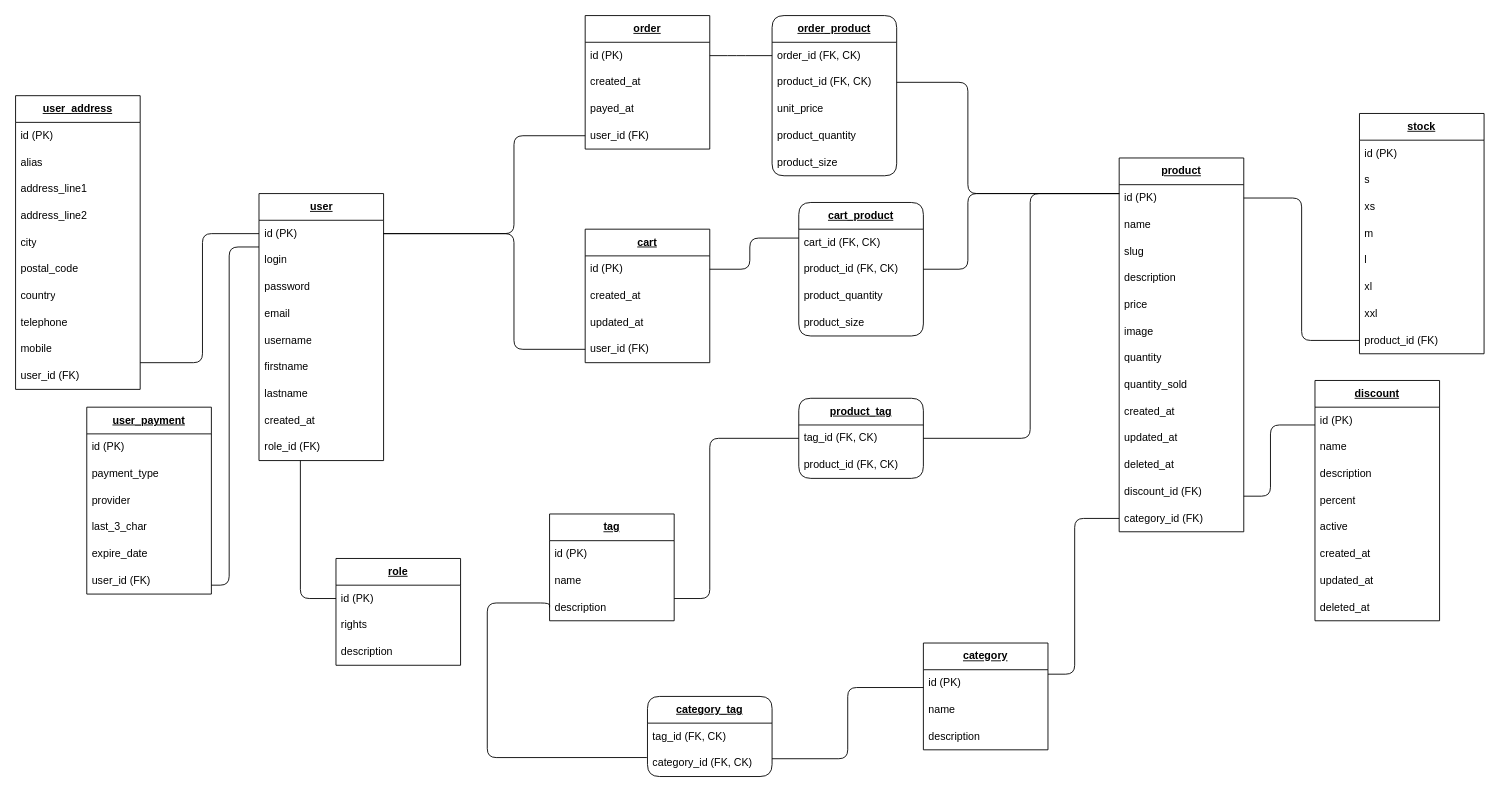
Before: resources/mld.drawio in felix-hauger/boutique-en-ligne, a draw.io diagram. Source tidied: cells renumbered, new cells numbered last; positions are measured from the earlier drawing's top-left corner, leaving out a move shared by most shapes. Both pictures are drawn from the tidied source at 89%, with x=0, y=0 at pixel (15, 15).
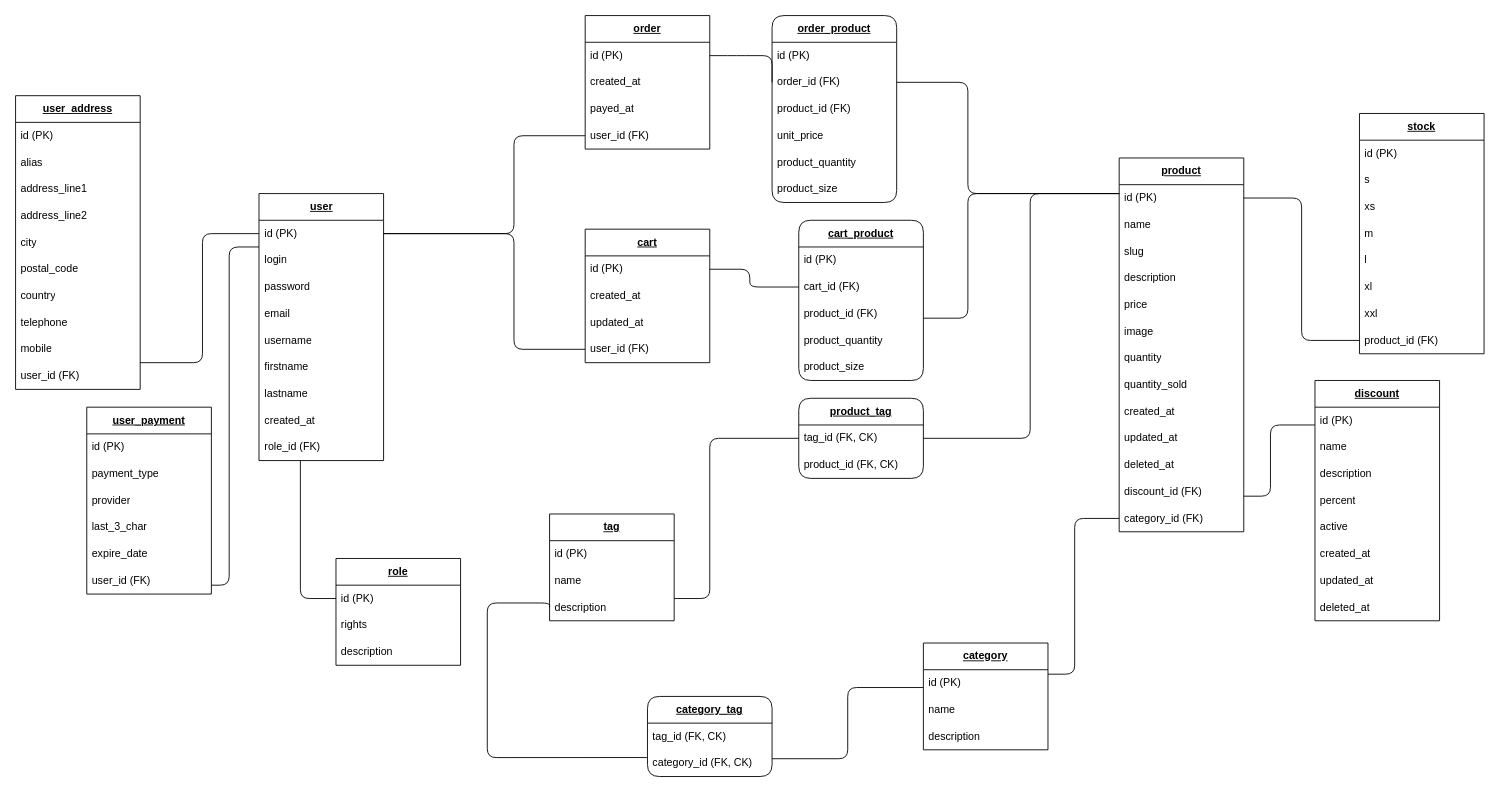
After the change.

Commit message (it also covers changes not shown here):
Replace compound keys by primary keys in cart_product & order_product for mcd & mpd

Unchanged cells that the change refers to:
```xml
<mxCell id="21" value="id (PK)" style="text;strokeColor=none;fillColor=none;align=left;verticalAlign=middle;spacingLeft=4;spacingRight=4;overflow=hidden;points=[[0,0.5],[1,0.5]];portConstraint=eastwest;whiteSpace=wrap;html=1;" parent="20" vertex="1">
  <mxGeometry y="30" width="140" height="30" as="geometry" />
</mxCell>
<mxCell id="67" value="id (PK)" style="text;strokeColor=none;fillColor=none;align=left;verticalAlign=middle;spacingLeft=4;spacingRight=4;overflow=hidden;points=[[0,0.5],[1,0.5]];portConstraint=eastwest;whiteSpace=wrap;html=1;" parent="66" vertex="1">
  <mxGeometry y="30" width="140" height="30" as="geometry" />
</mxCell>
```

Change to the diagram source:
```diff
@@
     <mxCell id="19" style="edgeStyle=orthogonalEdgeStyle;rounded=1;html=1;strokeColor=default;fontSize=12;startArrow=none;endArrow=none;endFill=0;" parent="1" edge="1" source="100" target="67">
       <mxGeometry relative="1" as="geometry">
         <Array as="points">
-          <mxPoint x="1070" y="285" />
+          <mxPoint x="1070" y="340" />
           <mxPoint x="1070" y="200" />
         </Array>
       </mxGeometry>
     </mxCell>
@@
     <mxCell id="91" value="&lt;b&gt;&lt;u&gt;order_product&lt;/u&gt;&lt;/b&gt;" style="swimlane;fontStyle=0;horizontal=1;startSize=30;whiteSpace=wrap;html=1;rounded=1;" parent="1" vertex="1">
-      <mxGeometry x="850" width="140" height="180" as="geometry" />
+      <mxGeometry x="850" width="140" height="210" as="geometry" />
     </mxCell>
+    <mxCell id="121" value="id (PK)" style="text;strokeColor=none;fillColor=none;align=left;verticalAlign=middle;spacingLeft=4;spacingRight=4;overflow=hidden;whiteSpace=wrap;html=1;" parent="91" vertex="1">
+      <mxGeometry y="30" width="140" height="30" as="geometry" />
+    </mxCell>
-    <mxCell id="92" value="order_id (FK, CK)" style="text;strokeColor=none;fillColor=none;align=left;verticalAlign=middle;spacingLeft=4;spacingRight=4;overflow=hidden;points=[[0,0.5],[1,0.5]];portConstraint=eastwest;whiteSpace=wrap;html=1;" parent="91" vertex="1">
-      <mxGeometry y="30" width="140" height="30" as="geometry" />
+    <mxCell id="92" value="order_id (FK)" style="text;strokeColor=none;fillColor=none;align=left;verticalAlign=middle;spacingLeft=4;spacingRight=4;overflow=hidden;points=[[0,0.5],[1,0.5]];portConstraint=eastwest;whiteSpace=wrap;html=1;" parent="91" vertex="1">
+      <mxGeometry y="60" width="140" height="30" as="geometry" />
     </mxCell>
-    <mxCell id="93" value="product_id (FK, CK)" style="text;strokeColor=none;fillColor=none;align=left;verticalAlign=middle;spacingLeft=4;spacingRight=4;overflow=hidden;whiteSpace=wrap;html=1;" parent="91" vertex="1">
-      <mxGeometry y="60" width="140" height="30" as="geometry" />
+    <mxCell id="93" value="product_id (FK)" style="text;strokeColor=none;fillColor=none;align=left;verticalAlign=middle;spacingLeft=4;spacingRight=4;overflow=hidden;whiteSpace=wrap;html=1;" parent="91" vertex="1">
+      <mxGeometry y="90" width="140" height="30" as="geometry" />
     </mxCell>
     <mxCell id="94" value="unit_price" style="text;strokeColor=none;fillColor=none;align=left;verticalAlign=middle;spacingLeft=4;spacingRight=4;overflow=hidden;whiteSpace=wrap;html=1;" parent="91" vertex="1">
-      <mxGeometry y="90" width="140" height="30" as="geometry" />
+      <mxGeometry y="120" width="140" height="30" as="geometry" />
     </mxCell>
     <mxCell id="95" value="product_quantity" style="text;strokeColor=none;fillColor=none;align=left;verticalAlign=middle;spacingLeft=4;spacingRight=4;overflow=hidden;whiteSpace=wrap;html=1;" parent="91" vertex="1">
-      <mxGeometry y="120" width="140" height="30" as="geometry" />
+      <mxGeometry y="150" width="140" height="30" as="geometry" />
     </mxCell>
     <mxCell id="96" value="product_size" style="text;strokeColor=none;fillColor=none;align=left;verticalAlign=middle;spacingLeft=4;spacingRight=4;overflow=hidden;whiteSpace=wrap;html=1;" parent="91" vertex="1">
-      <mxGeometry y="150" width="140" height="30" as="geometry" />
+      <mxGeometry y="180" width="140" height="30" as="geometry" />
     </mxCell>
-    <mxCell id="97" style="edgeStyle=orthogonalEdgeStyle;rounded=1;html=1;strokeColor=default;fontSize=12;endArrow=none;" parent="1" edge="1" source="21" target="98">
+    <mxCell id="97" style="edgeStyle=orthogonalEdgeStyle;rounded=1;html=1;strokeColor=default;fontSize=12;endArrow=none;" parent="1" edge="1" source="21" target="99">
       <mxGeometry relative="1" as="geometry">
         <Array as="points">
           <mxPoint x="825" y="285" />
-          <mxPoint x="825" y="250" />
+          <mxPoint x="825" y="305" />
         </Array>
       </mxGeometry>
     </mxCell>
     <mxCell id="98" value="&lt;b&gt;&lt;u&gt;cart_product&lt;/u&gt;&lt;/b&gt;" style="swimlane;fontStyle=0;horizontal=1;startSize=30;whiteSpace=wrap;html=1;rounded=1;" parent="1" vertex="1">
-      <mxGeometry x="880" y="210" width="140" height="150" as="geometry" />
+      <mxGeometry x="880" y="230" width="140" height="180" as="geometry" />
     </mxCell>
+    <mxCell id="122" value="id (PK)" style="text;strokeColor=none;fillColor=none;align=left;verticalAlign=middle;spacingLeft=4;spacingRight=4;overflow=hidden;whiteSpace=wrap;html=1;" parent="98" vertex="1">
+      <mxGeometry y="30" width="140" height="30" as="geometry" />
+    </mxCell>
-    <mxCell id="99" value="cart_id (FK, CK)" style="text;strokeColor=none;fillColor=none;align=left;verticalAlign=middle;spacingLeft=4;spacingRight=4;overflow=hidden;points=[[0,0.5],[1,0.5]];portConstraint=eastwest;whiteSpace=wrap;html=1;" parent="98" vertex="1">
-      <mxGeometry y="30" width="140" height="30" as="geometry" />
+    <mxCell id="99" value="cart_id (FK)" style="text;strokeColor=none;fillColor=none;align=left;verticalAlign=middle;spacingLeft=4;spacingRight=4;overflow=hidden;points=[[0,0.5],[1,0.5]];portConstraint=eastwest;whiteSpace=wrap;html=1;" parent="98" vertex="1">
+      <mxGeometry y="60" width="140" height="30" as="geometry" />
     </mxCell>
-    <mxCell id="100" value="product_id (FK, CK)" style="text;strokeColor=none;fillColor=none;align=left;verticalAlign=middle;spacingLeft=4;spacingRight=4;overflow=hidden;points=[[0,0.5],[1,0.5]];portConstraint=eastwest;whiteSpace=wrap;html=1;" parent="98" vertex="1">
-      <mxGeometry y="60" width="140" height="30" as="geometry" />
+    <mxCell id="100" value="product_id (FK)" style="text;strokeColor=none;fillColor=none;align=left;verticalAlign=middle;spacingLeft=4;spacingRight=4;overflow=hidden;points=[[0,0.5],[1,0.5]];portConstraint=eastwest;whiteSpace=wrap;html=1;" parent="98" vertex="1">
+      <mxGeometry y="90" width="140" height="30" as="geometry" />
     </mxCell>
     <mxCell id="101" value="product_quantity" style="text;strokeColor=none;fillColor=none;align=left;verticalAlign=middle;spacingLeft=4;spacingRight=4;overflow=hidden;whiteSpace=wrap;html=1;" parent="98" vertex="1">
-      <mxGeometry y="90" width="140" height="30" as="geometry" />
+      <mxGeometry y="120" width="140" height="30" as="geometry" />
     </mxCell>
     <mxCell id="102" value="product_size" style="text;strokeColor=none;fillColor=none;align=left;verticalAlign=middle;spacingLeft=4;spacingRight=4;overflow=hidden;whiteSpace=wrap;html=1;" parent="98" vertex="1">
-      <mxGeometry y="120" width="140" height="30" as="geometry" />
+      <mxGeometry y="150" width="140" height="30" as="geometry" />
     </mxCell>
```
